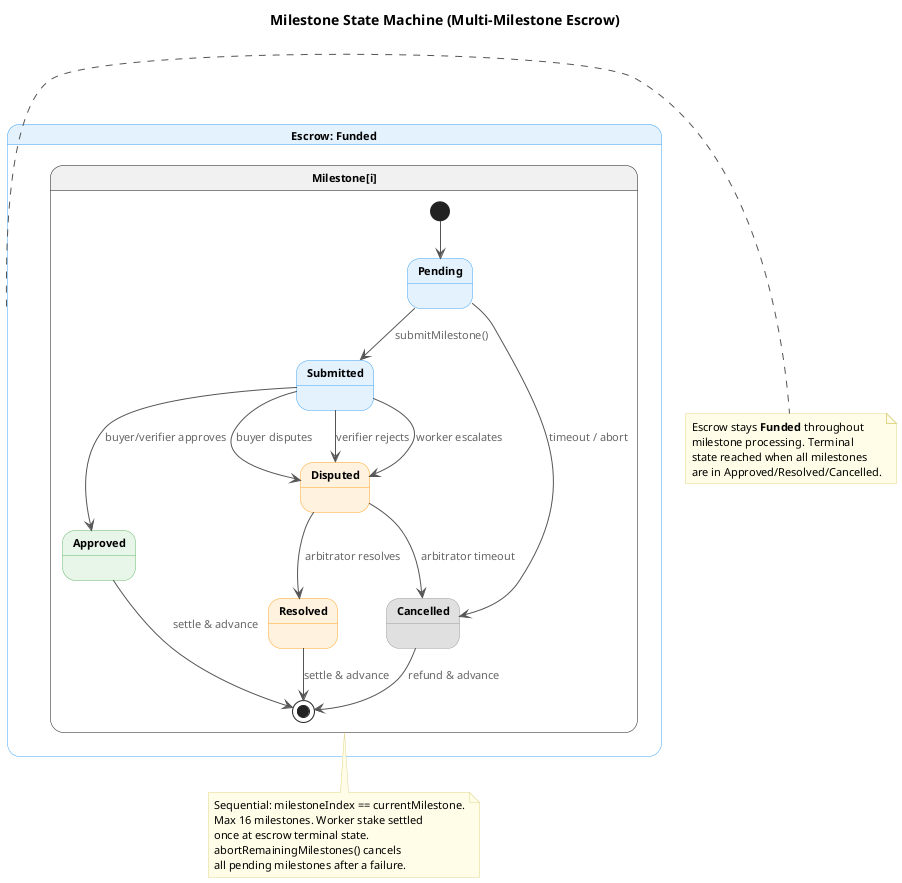
The PlantUML diagram docs/diagrams/milestone-state-machine.png in eddiefleurent/agent-escrow, before a commit.
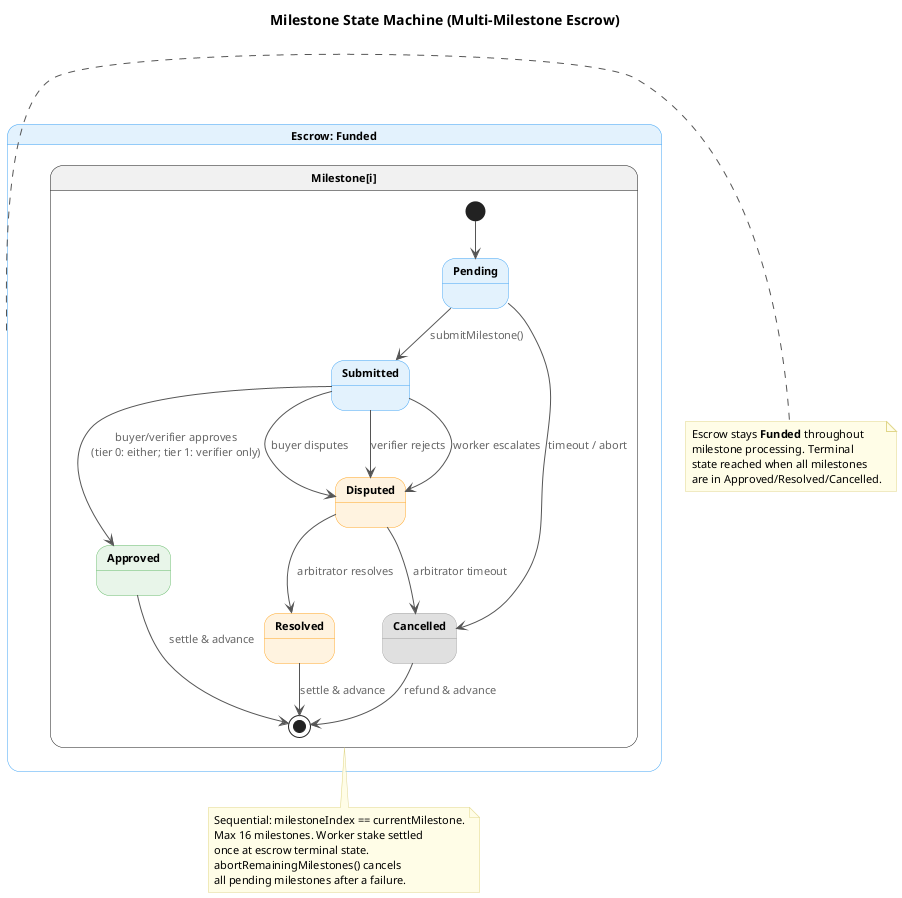
Above is the later version.

What changed in the source:
```diff
@@ -36,7 +36,7 @@
     Pending --> MsSubmitted : submitMilestone()
     Pending --> MsCancelled : timeout / abort
 
-    MsSubmitted --> MsApproved : buyer/verifier approves
+    MsSubmitted --> MsApproved : buyer/verifier approves\n(tier 0: either; tier 1: verifier only)
     MsSubmitted --> MsDisputed : buyer disputes
     MsSubmitted --> MsDisputed : verifier rejects
     MsSubmitted --> MsDisputed : worker escalates
```
